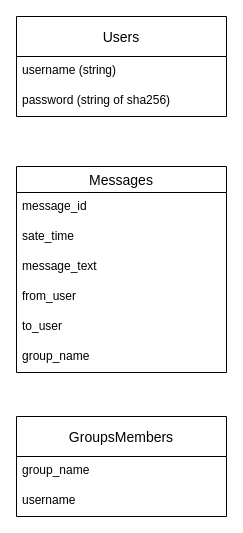
lucky-rydar/miMessage keeps this draw.io diagram as sql_tabels.drawio. Above is the earlier version. Source tidied: cells renumbered, new cells numbered last; positions are measured from the earlier drawing's top-left corner, leaving out a move shared by most shapes. Both pictures are drawn from the tidied source at 100%, with x=0, y=0 at pixel (16, 16).
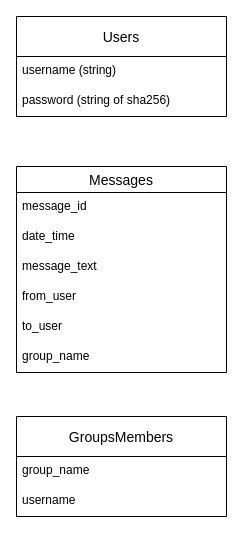
The same diagram, later.

The edit, as a diff of the source:
```diff
@@
 <mxGraphModel>
   <root>
     <mxCell id="0" />
     <mxCell id="1" parent="0" />
     <mxCell id="2" value="Users" style="swimlane;fontStyle=0;horizontal=1;startSize=40;align=center;fontSize=14;" parent="1" vertex="1">
       <mxGeometry width="210" height="100" as="geometry" />
     </mxCell>
     <mxCell id="3" value="username (string)" style="text;strokeColor=none;fillColor=none;spacingLeft=4;spacingRight=4;overflow=hidden;fontSize=12;" parent="2" vertex="1">
       <mxGeometry y="40" width="210" height="30" as="geometry" />
     </mxCell>
     <mxCell id="4" value="password (string of sha256)" style="text;strokeColor=none;fillColor=none;spacingLeft=4;spacingRight=4;overflow=hidden;fontSize=12;" parent="2" vertex="1">
       <mxGeometry y="70" width="210" height="30" as="geometry" />
     </mxCell>
     <mxCell id="5" value="GroupsMembers" style="swimlane;fontStyle=0;horizontal=1;startSize=40;align=center;fontSize=14;" parent="1" vertex="1">
       <mxGeometry y="400" width="210" height="100" as="geometry" />
     </mxCell>
     <mxCell id="6" value="group_name" style="text;strokeColor=none;fillColor=none;spacingLeft=4;spacingRight=4;overflow=hidden;fontSize=12;" parent="5" vertex="1">
       <mxGeometry y="40" width="210" height="30" as="geometry" />
     </mxCell>
     <mxCell id="7" value="username" style="text;strokeColor=none;fillColor=none;spacingLeft=4;spacingRight=4;overflow=hidden;fontSize=12;" parent="5" vertex="1">
       <mxGeometry y="70" width="210" height="30" as="geometry" />
     </mxCell>
     <mxCell id="8" value="Messages" style="swimlane;fontStyle=0;horizontal=1;startSize=26;align=center;fontSize=14;" parent="1" vertex="1">
       <mxGeometry y="150" width="210" height="206" as="geometry" />
     </mxCell>
     <mxCell id="9" value="message_id" style="text;strokeColor=none;fillColor=none;spacingLeft=4;spacingRight=4;overflow=hidden;fontSize=12;" parent="8" vertex="1">
       <mxGeometry y="26" width="210" height="30" as="geometry" />
     </mxCell>
-    <mxCell id="10" value="sate_time" style="text;strokeColor=none;fillColor=none;spacingLeft=4;spacingRight=4;overflow=hidden;fontSize=12;" parent="8" vertex="1">
+    <mxCell id="10" value="date_time" style="text;strokeColor=none;fillColor=none;spacingLeft=4;spacingRight=4;overflow=hidden;fontSize=12;" parent="8" vertex="1">
       <mxGeometry y="56" width="210" height="30" as="geometry" />
     </mxCell>
     <mxCell id="11" value="message_text" style="text;strokeColor=none;fillColor=none;spacingLeft=4;spacingRight=4;overflow=hidden;fontSize=12;" parent="8" vertex="1">
       <mxGeometry y="86" width="210" height="30" as="geometry" />
     </mxCell>
     <mxCell id="12" value="from_user" style="text;strokeColor=none;fillColor=none;spacingLeft=4;spacingRight=4;overflow=hidden;fontSize=12;" parent="8" vertex="1">
       <mxGeometry y="116" width="210" height="30" as="geometry" />
     </mxCell>
     <mxCell id="13" value="to_user" style="text;strokeColor=none;fillColor=none;spacingLeft=4;spacingRight=4;overflow=hidden;fontSize=12;" parent="8" vertex="1">
       <mxGeometry y="146" width="210" height="30" as="geometry" />
     </mxCell>
     <mxCell id="14" value="group_name" style="text;strokeColor=none;fillColor=none;spacingLeft=4;spacingRight=4;overflow=hidden;fontSize=12;" parent="8" vertex="1">
       <mxGeometry y="176" width="210" height="30" as="geometry" />
     </mxCell>
   </root>
 </mxGraphModel>
```
